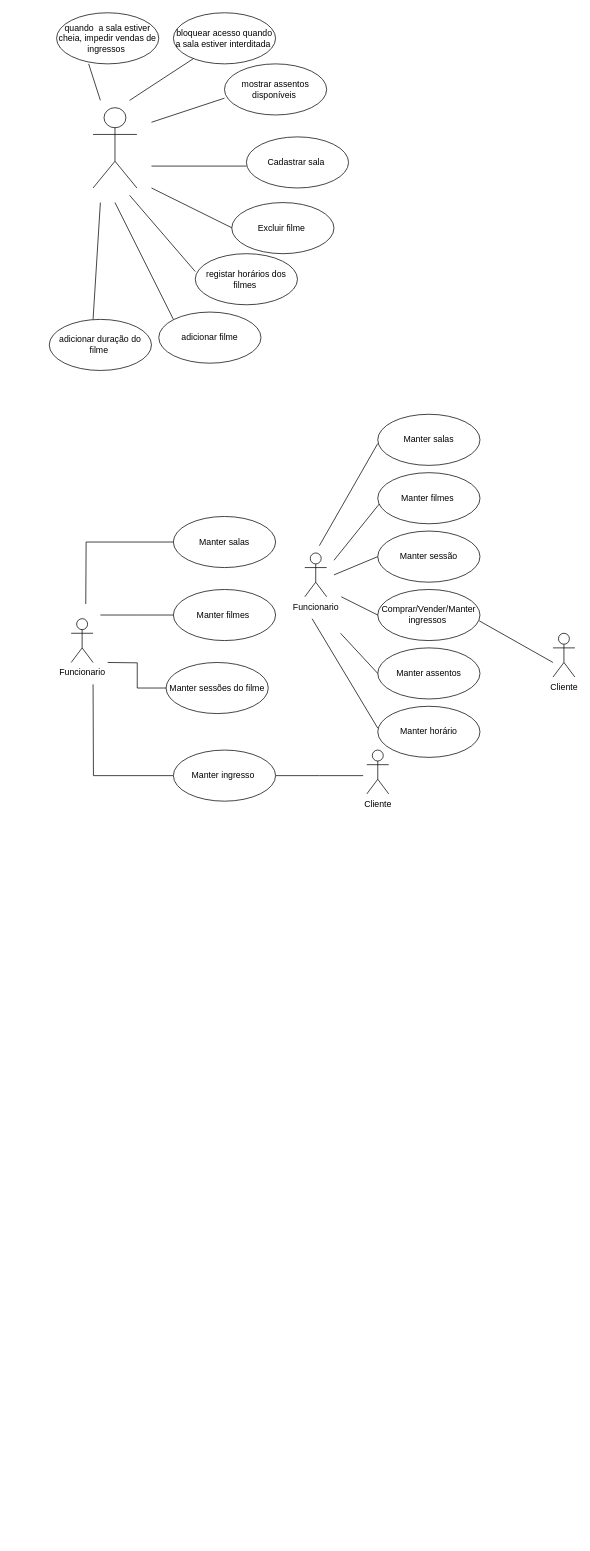
This is controledecinema.drawio from EllenNKulka/exerc-ciosCasoDeUso, a draw.io file, before an edit. Source tidied: cells renumbered, new cells numbered last; positions are measured from the earlier drawing's top-left corner, leaving out a move shared by most shapes. Both pictures are drawn from the tidied source at 73%, with x=0, y=0 at pixel (49, 12).
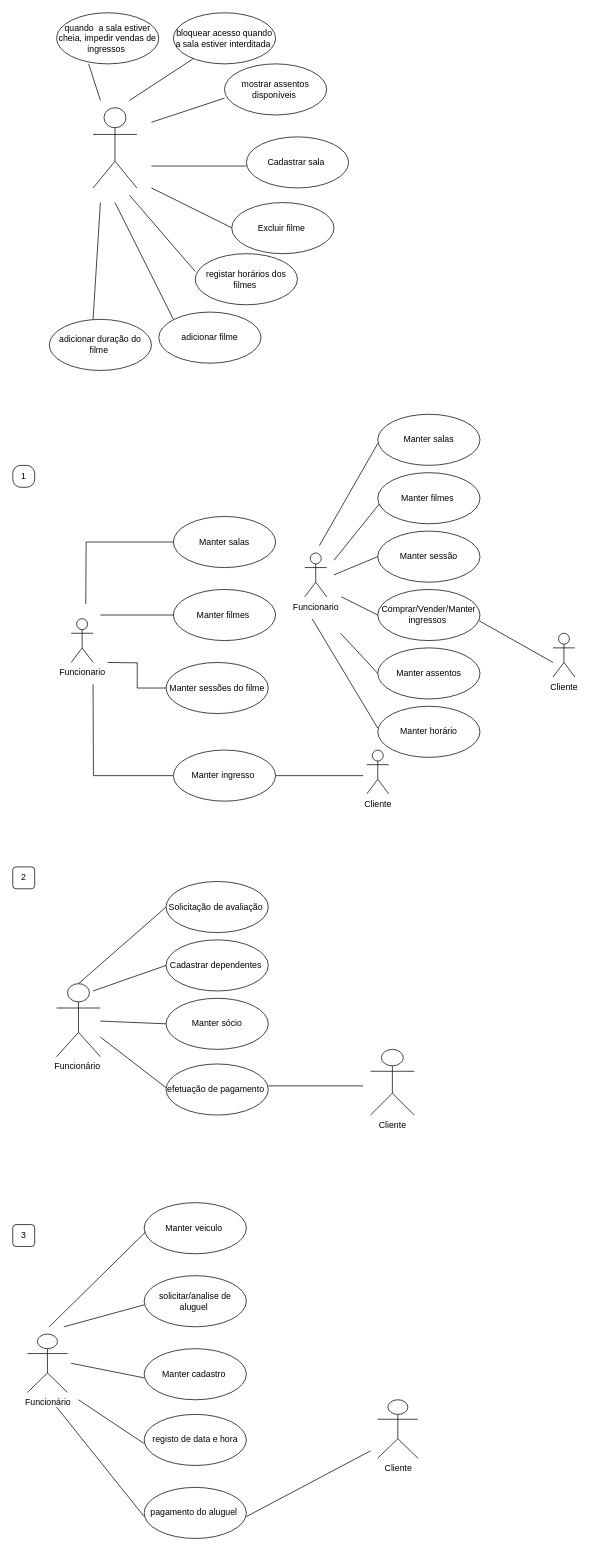
After the change.

Diff of the diagram source:
```diff
@@
+    <mxCell id="45" value="Funcionário&amp;nbsp;" style="shape=umlActor;html=1;verticalLabelPosition=bottom;verticalAlign=top;align=center;" parent="1" vertex="1">
+      <mxGeometry x="10" y="1330" width="60" height="100" as="geometry" />
+    </mxCell>
+    <mxCell id="46" value="Solicitação de avaliação&amp;nbsp;" style="ellipse;whiteSpace=wrap;html=1;" parent="1" vertex="1">
+      <mxGeometry x="160" y="1190" width="140" height="70" as="geometry" />
+    </mxCell>
+    <mxCell id="47" value="Cadastrar dependentes&amp;nbsp;" style="ellipse;whiteSpace=wrap;html=1;" parent="1" vertex="1">
+      <mxGeometry x="160" y="1270" width="140" height="70" as="geometry" />
+    </mxCell>
+    <mxCell id="48" value="efetuação de pagamento&amp;nbsp;" style="ellipse;whiteSpace=wrap;html=1;" parent="1" vertex="1">
+      <mxGeometry x="160" y="1440" width="140" height="70" as="geometry" />
+    </mxCell>
+    <mxCell id="49" value="Manter sócio" style="ellipse;whiteSpace=wrap;html=1;" parent="1" vertex="1">
+      <mxGeometry x="160" y="1350" width="140" height="70" as="geometry" />
+    </mxCell>
+    <mxCell id="50" style="edgeStyle=none;html=1;endArrow=none;verticalAlign=bottom;rounded=0;entryX=0.5;entryY=0;entryDx=0;entryDy=0;exitX=0;exitY=0.5;exitDx=0;exitDy=0;entryPerimeter=0;" parent="1" edge="1" source="46" target="45">
+      <mxGeometry relative="1" as="geometry" />
+    </mxCell>
+    <mxCell id="51" style="edgeStyle=none;html=1;endArrow=none;verticalAlign=bottom;rounded=0;exitX=0;exitY=0.5;exitDx=0;exitDy=0;" parent="1" edge="1" source="47">
+      <mxGeometry relative="1" as="geometry">
+        <mxPoint x="60" y="1340" as="targetPoint" />
+      </mxGeometry>
+    </mxCell>
+    <mxCell id="52" style="edgeStyle=none;html=1;endArrow=none;verticalAlign=bottom;rounded=0;exitX=0;exitY=0.5;exitDx=0;exitDy=0;" parent="1" edge="1" target="45">
+      <mxGeometry relative="1" as="geometry">
+        <mxPoint x="160" y="1385" as="sourcePoint" />
+      </mxGeometry>
+    </mxCell>
+    <mxCell id="53" style="edgeStyle=none;html=1;endArrow=none;verticalAlign=bottom;rounded=0;exitX=0;exitY=0.5;exitDx=0;exitDy=0;" parent="1" edge="1" target="45">
+      <mxGeometry relative="1" as="geometry">
+        <mxPoint x="160" y="1472.5" as="sourcePoint" />
+      </mxGeometry>
+    </mxCell>
+    <mxCell id="54" value="Cliente" style="shape=umlActor;html=1;verticalLabelPosition=bottom;verticalAlign=top;align=center;" parent="1" vertex="1">
+      <mxGeometry x="440" y="1420" width="60" height="90" as="geometry" />
+    </mxCell>
+    <mxCell id="55" style="edgeStyle=none;html=1;endArrow=none;verticalAlign=bottom;rounded=0;" parent="1" edge="1">
+      <mxGeometry relative="1" as="geometry">
+        <mxPoint x="430" y="1470" as="sourcePoint" />
+        <mxPoint x="300" y="1470" as="targetPoint" />
+      </mxGeometry>
+    </mxCell>
+    <mxCell id="56" value="Funcionário" style="shape=umlActor;html=1;verticalLabelPosition=bottom;verticalAlign=top;align=center;" parent="1" vertex="1">
+      <mxGeometry x="-30" y="1810" width="55" height="80" as="geometry" />
+    </mxCell>
+    <mxCell id="57" value="Manter veiculo&amp;nbsp;" style="ellipse;whiteSpace=wrap;html=1;" parent="1" vertex="1">
+      <mxGeometry x="130" y="1630" width="140" height="70" as="geometry" />
+    </mxCell>
+    <mxCell id="58" value="2" style="rounded=1;whiteSpace=wrap;html=1;" parent="1" vertex="1">
+      <mxGeometry x="-50" y="1170" width="30" height="30" as="geometry" />
+    </mxCell>
+    <mxCell id="59" value="1" style="rounded=1;whiteSpace=wrap;html=1;arcSize=37;" parent="1" vertex="1">
+      <mxGeometry x="-50" y="620" width="30" height="30" as="geometry" />
+    </mxCell>
+    <mxCell id="60" value="3" style="rounded=1;whiteSpace=wrap;html=1;" parent="1" vertex="1">
+      <mxGeometry x="-50" y="1660" width="30" height="30" as="geometry" />
+    </mxCell>
+    <mxCell id="61" value="solicitar/analise de aluguel&amp;nbsp;" style="ellipse;whiteSpace=wrap;html=1;" parent="1" vertex="1">
+      <mxGeometry x="130" y="1730" width="140" height="70" as="geometry" />
+    </mxCell>
+    <mxCell id="62" value="Manter cadastro&amp;nbsp;" style="ellipse;whiteSpace=wrap;html=1;" parent="1" vertex="1">
+      <mxGeometry x="130" y="1830" width="140" height="70" as="geometry" />
+    </mxCell>
+    <mxCell id="63" value="registo de data e hora" style="ellipse;whiteSpace=wrap;html=1;" parent="1" vertex="1">
+      <mxGeometry x="130" y="1920" width="140" height="70" as="geometry" />
+    </mxCell>
+    <mxCell id="64" value="pagamento do aluguel&amp;nbsp;" style="ellipse;whiteSpace=wrap;html=1;" parent="1" vertex="1">
+      <mxGeometry x="130" y="2020" width="140" height="70" as="geometry" />
+    </mxCell>
+    <mxCell id="65" value="Cliente" style="shape=umlActor;html=1;verticalLabelPosition=bottom;verticalAlign=top;align=center;" parent="1" vertex="1">
+      <mxGeometry x="450" y="1900" width="55" height="80" as="geometry" />
+    </mxCell>
+    <mxCell id="66" style="edgeStyle=none;html=1;endArrow=none;verticalAlign=bottom;rounded=0;" parent="1" edge="1">
+      <mxGeometry relative="1" as="geometry">
+        <mxPoint x="20" y="1800" as="sourcePoint" />
+        <mxPoint x="130" y="1770" as="targetPoint" />
+      </mxGeometry>
+    </mxCell>
+    <mxCell id="67" style="edgeStyle=none;html=1;endArrow=none;verticalAlign=bottom;rounded=0;" parent="1" edge="1">
+      <mxGeometry relative="1" as="geometry">
+        <mxPoint y="1800" as="sourcePoint" />
+        <mxPoint x="132" y="1670" as="targetPoint" />
+      </mxGeometry>
+    </mxCell>
+    <mxCell id="68" style="edgeStyle=none;html=1;endArrow=none;verticalAlign=bottom;rounded=0;" parent="1" edge="1">
+      <mxGeometry relative="1" as="geometry">
+        <mxPoint x="10" y="1910" as="sourcePoint" />
+        <mxPoint x="130" y="2060" as="targetPoint" />
+      </mxGeometry>
+    </mxCell>
+    <mxCell id="69" style="edgeStyle=none;html=1;endArrow=none;verticalAlign=bottom;rounded=0;" parent="1" edge="1">
+      <mxGeometry relative="1" as="geometry">
+        <mxPoint x="30" y="1850" as="sourcePoint" />
+        <mxPoint x="130" y="1870" as="targetPoint" />
+      </mxGeometry>
+    </mxCell>
+    <mxCell id="70" style="edgeStyle=none;html=1;endArrow=none;verticalAlign=bottom;rounded=0;" parent="1" edge="1">
+      <mxGeometry relative="1" as="geometry">
+        <mxPoint x="40" y="1900" as="sourcePoint" />
+        <mxPoint x="130" y="1960" as="targetPoint" />
+      </mxGeometry>
+    </mxCell>
+    <mxCell id="71" style="edgeStyle=none;html=1;endArrow=none;verticalAlign=bottom;rounded=0;exitX=0.5;exitY=0;exitDx=0;exitDy=0;exitPerimeter=0;" parent="1" edge="1">
+      <mxGeometry relative="1" as="geometry">
+        <mxPoint x="270" y="2060" as="sourcePoint" />
+        <mxPoint x="440" y="1970" as="targetPoint" />
+      </mxGeometry>
+    </mxCell>
```
